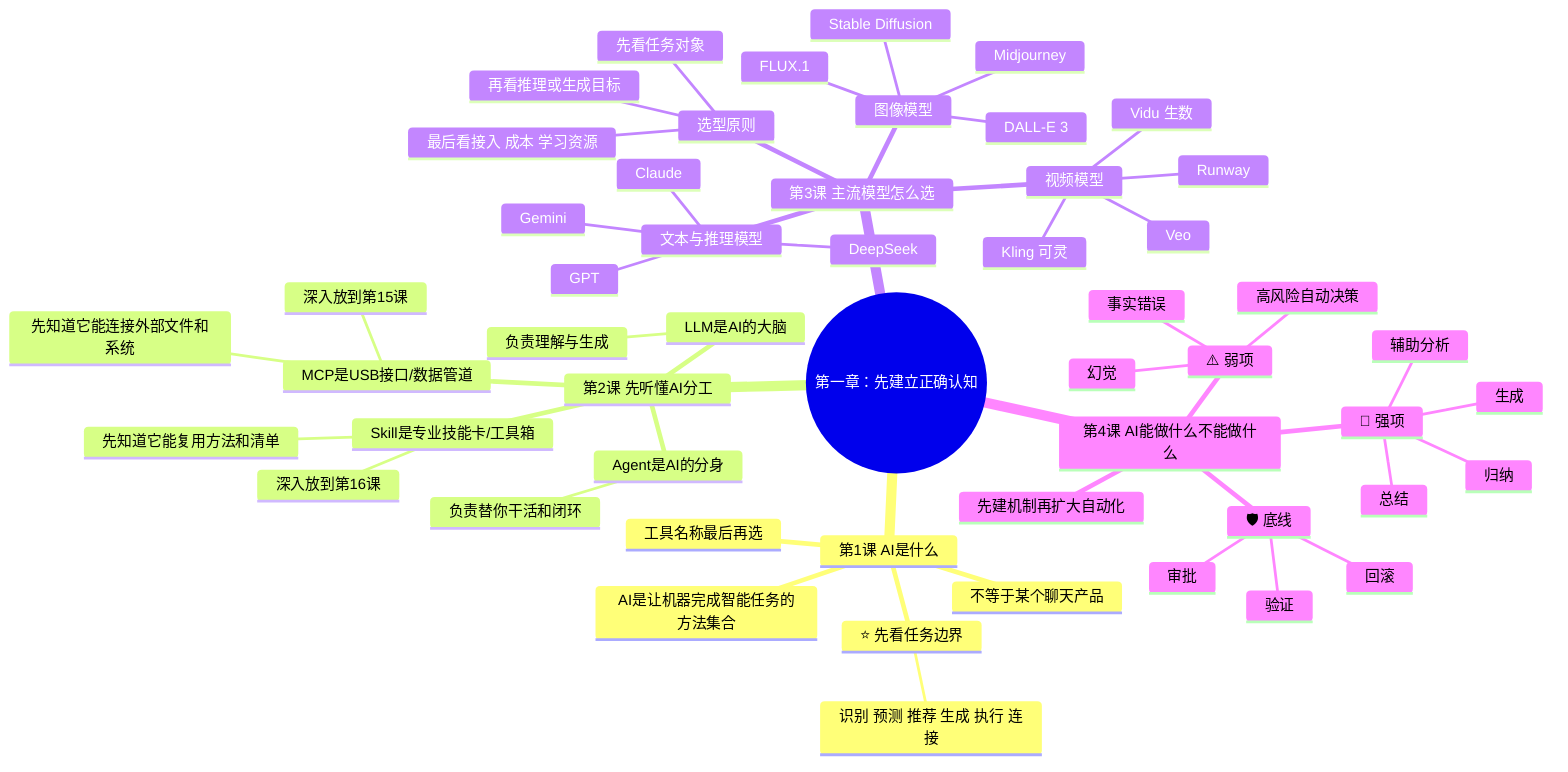
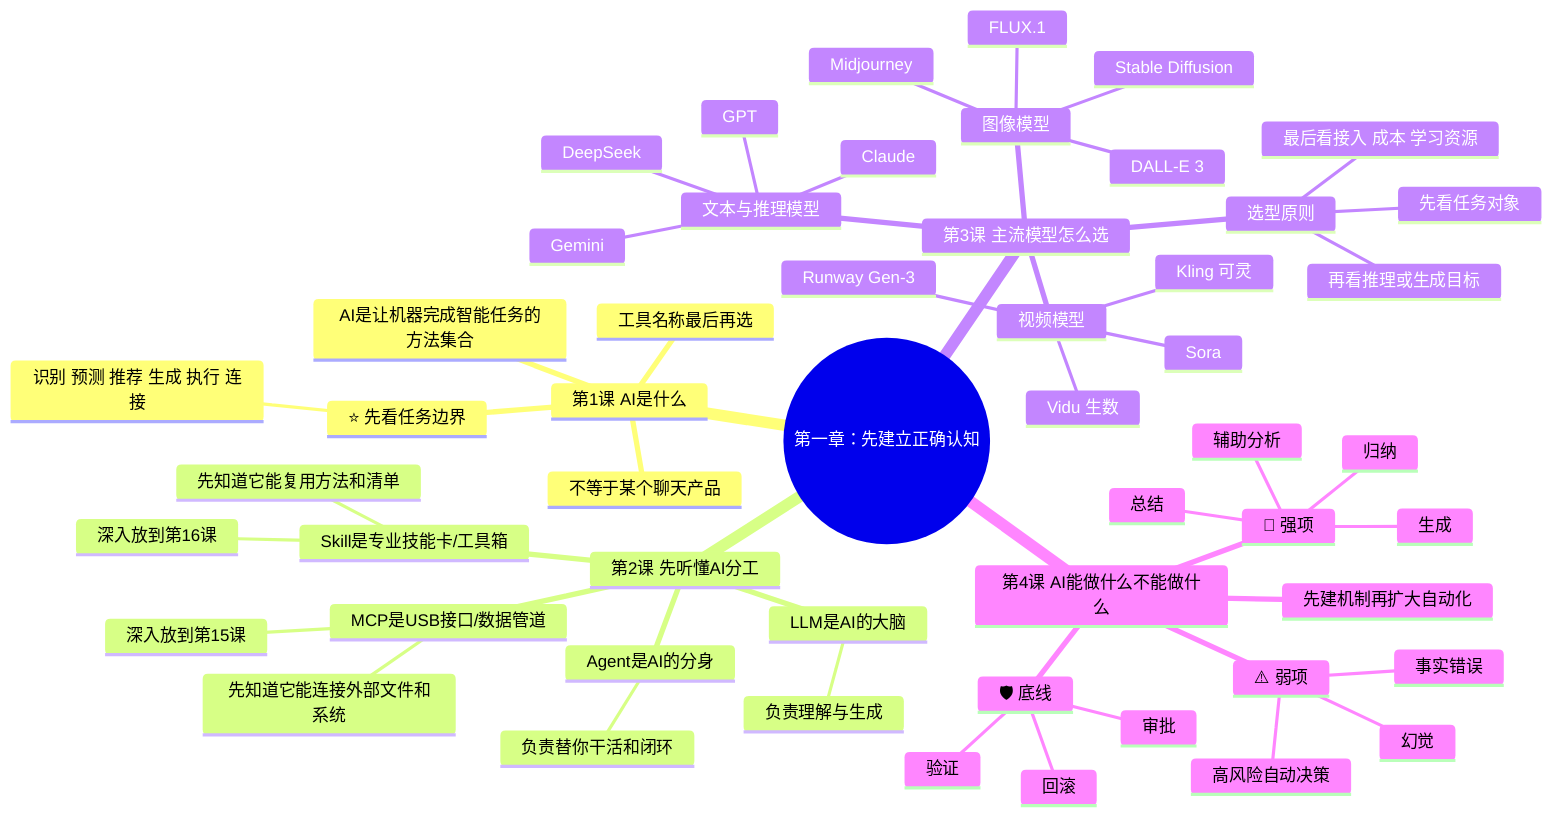
mindmap
  root((第一章：先建立正确认知))
    第1课 AI是什么
      ⭐ 先看任务边界
        识别 预测 推荐 生成 执行 连接
      AI是让机器完成智能任务的方法集合
      不等于某个聊天产品
      工具名称最后再选
    第2课 先听懂AI分工
      LLM是AI的大脑
        负责理解与生成
      Agent是AI的分身
        负责替你干活和闭环
      MCP是USB接口/数据管道
        先知道它能连接外部文件和系统
        深入放到第15课
      Skill是专业技能卡/工具箱
        先知道它能复用方法和清单
        深入放到第16课
    第3课 主流模型怎么选
      文本与推理模型
        GPT
        DeepSeek
        Claude
        Gemini
      图像模型
        Midjourney
        FLUX.1
        DALL-E 3
        Stable Diffusion
      视频模型
        Kling 可灵
-         Runway
-         Veo
+         Runway Gen-3
+         Sora
        Vidu 生数
      选型原则
        先看任务对象
        再看推理或生成目标
        最后看接入 成本 学习资源
    第4课 AI能做什么不能做什么
      🌟 强项
        总结
        生成
        归纳
        辅助分析
      ⚠️ 弱项
        幻觉
        事实错误
        高风险自动决策
      🛡️ 底线
        验证
        审批
        回滚
      先建机制再扩大自动化
